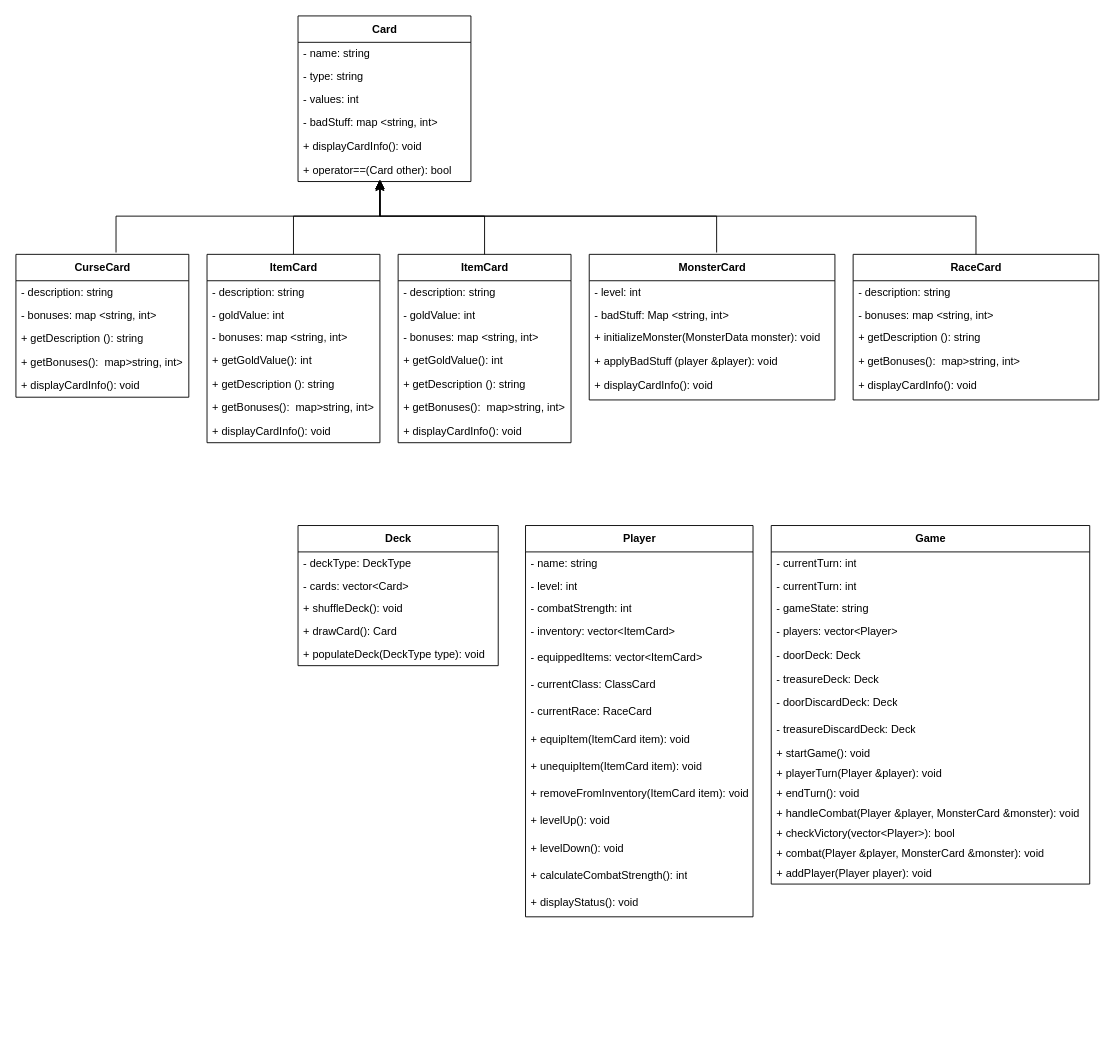
Earlier version of the draw.io diagram UML.drawio (Rappich/MunchkinProject). Source tidied: cells renumbered, new cells numbered last; positions are measured from the earlier drawing's top-left corner, leaving out a move shared by most shapes. Both pictures are drawn from the tidied source at 91%, with x=0, y=0 at pixel (15, 15).
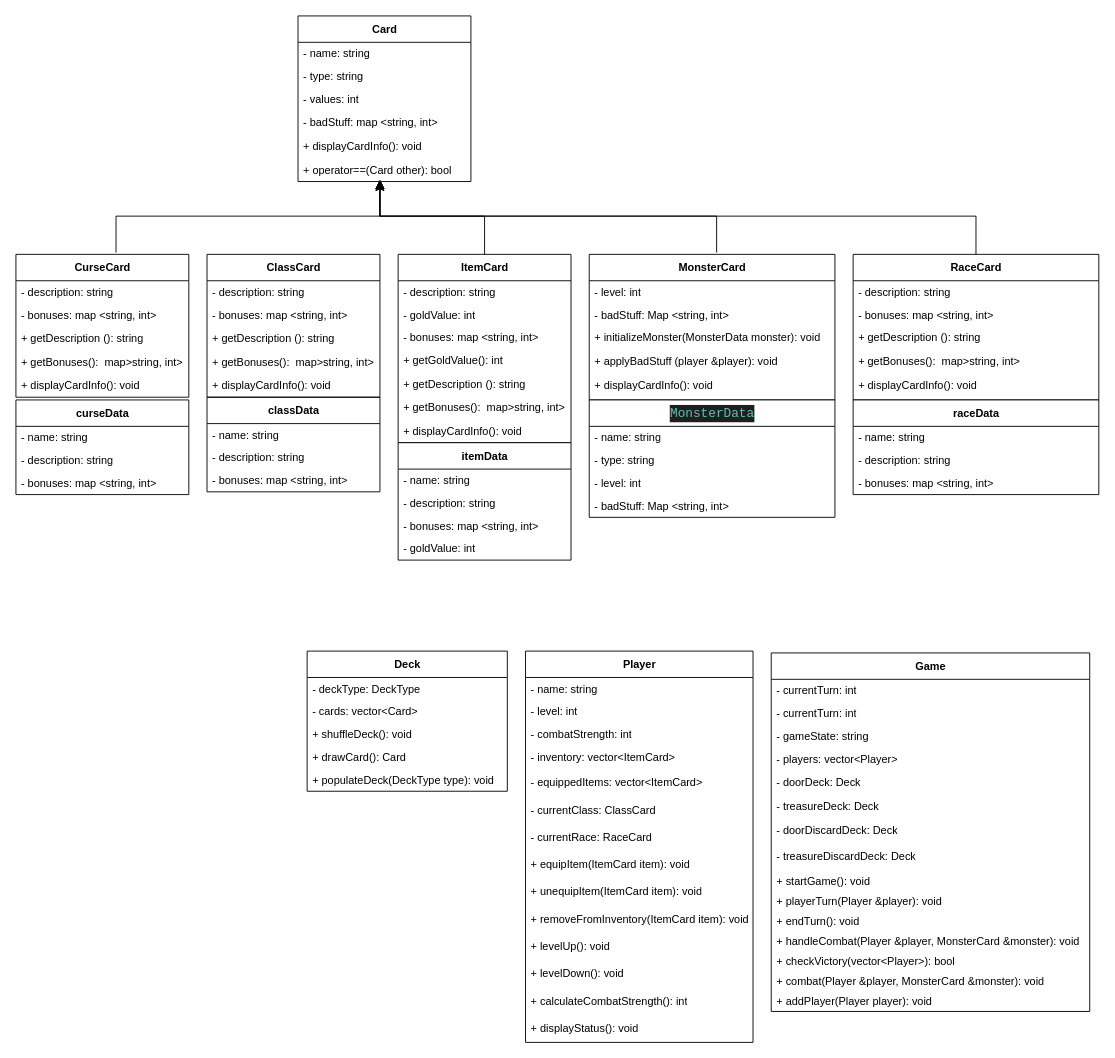
After the change.

The edit, as a diff of the source:
```diff
@@
-    <mxCell id="15" value="ItemCard" style="swimlane;fontStyle=1;align=center;verticalAlign=middle;horizontal=1;startSize=29;html=1;" parent="1" vertex="1">
-      <mxGeometry x="210" y="262" width="190" height="207" as="geometry" />
+    <mxCell id="15" value="classData" style="swimlane;fontStyle=1;align=center;verticalAlign=middle;horizontal=1;startSize=29;html=1;" parent="1" vertex="1">
+      <mxGeometry x="210" y="419" width="190" height="104" as="geometry" />
     </mxCell>
-    <mxCell id="16" value="- description: string" style="text;html=1;strokeColor=none;fillColor=none;align=left;verticalAlign=middle;spacingLeft=4;spacingRight=4;overflow=hidden;" parent="15" vertex="1">
+    <mxCell id="16" value="- name: string" style="text;html=1;strokeColor=none;fillColor=none;align=left;verticalAlign=middle;spacingLeft=4;spacingRight=4;overflow=hidden;" parent="15" vertex="1">
       <mxGeometry y="29" width="190" height="25" as="geometry" />
     </mxCell>
-    <mxCell id="17" value="- goldValue: int" style="text;html=1;strokeColor=none;fillColor=none;align=left;verticalAlign=middle;spacingLeft=4;spacingRight=4;overflow=hidden;" parent="15" vertex="1">
+    <mxCell id="17" value="- description: string" style="text;html=1;strokeColor=none;fillColor=none;align=left;verticalAlign=middle;spacingLeft=4;spacingRight=4;overflow=hidden;" parent="15" vertex="1">
       <mxGeometry y="54" width="190" height="25" as="geometry" />
     </mxCell>
@@
-    <mxCell id="19" value="+ getGoldValue(): int" style="text;html=1;strokeColor=none;fillColor=none;align=left;verticalAlign=middle;spacingLeft=4;spacingRight=4;overflow=hidden;" parent="15" vertex="1">
-      <mxGeometry y="104" width="190" height="25" as="geometry" />
-    </mxCell>
-    <mxCell id="20" value="+ getDescription (): string" style="text;html=1;strokeColor=none;fillColor=none;align=left;verticalAlign=top;spacingLeft=4;spacingRight=4;overflow=hidden;" parent="15" vertex="1">
-      <mxGeometry y="129" width="190" height="26" as="geometry" />
-    </mxCell>
-    <mxCell id="21" value="+ getBonuses():&amp;nbsp; map&amp;gt;string, int&amp;gt;" style="text;html=1;strokeColor=none;fillColor=none;align=left;verticalAlign=top;spacingLeft=4;spacingRight=4;overflow=hidden;" parent="15" vertex="1">
-      <mxGeometry y="155" width="190" height="26" as="geometry" />
-    </mxCell>
-    <mxCell id="22" value="+ displayCardInfo(): void" style="text;html=1;strokeColor=none;fillColor=none;align=left;verticalAlign=top;spacingLeft=4;spacingRight=4;overflow=hidden;" parent="15" vertex="1">
-      <mxGeometry y="181" width="190" height="26" as="geometry" />
-    </mxCell>
@@
-    <mxCell id="33" style="edgeStyle=elbowEdgeStyle;elbow=vertical;endArrow=classic;html=1;curved=0;rounded=0;endSize=8;startSize=8;exitX=0.5;exitY=0;exitDx=0;exitDy=0;" parent="1" edge="1" source="15">
-      <mxGeometry relative="1" as="geometry">
-        <mxPoint x="400" y="180" as="targetPoint" />
-        <Array as="points">
-          <mxPoint x="360" y="220" />
-        </Array>
-      </mxGeometry>
-    </mxCell>
@@
     <mxCell id="48" value="Deck" style="swimlane;fontStyle=1;align=center;verticalAlign=middle;horizontal=1;startSize=29;html=1;" parent="1" vertex="1">
-      <mxGeometry x="310" y="560" width="220" height="154" as="geometry" />
+      <mxGeometry x="320" y="698" width="220" height="154" as="geometry" />
     </mxCell>
@@
     <mxCell id="54" value="Player" style="swimlane;fontStyle=1;align=center;verticalAlign=middle;horizontal=1;startSize=29;html=1;" parent="1" vertex="1">
-      <mxGeometry x="560" y="560" width="250" height="430" as="geometry" />
+      <mxGeometry x="560" y="698" width="250" height="430" as="geometry" />
     </mxCell>
@@
     <mxCell id="69" value="Game" style="swimlane;fontStyle=1;align=center;verticalAlign=middle;horizontal=1;startSize=29;html=1;" parent="1" vertex="1">
-      <mxGeometry x="830" y="560" width="350" height="394" as="geometry" />
+      <mxGeometry x="830" y="700" width="350" height="394" as="geometry" />
     </mxCell>
@@
+    <mxCell id="85" value="ClassCard" style="swimlane;fontStyle=1;align=center;verticalAlign=middle;horizontal=1;startSize=29;html=1;" parent="1" vertex="1">
+      <mxGeometry x="210" y="262" width="190" height="157" as="geometry" />
+    </mxCell>
+    <mxCell id="86" value="- description: string" style="text;html=1;strokeColor=none;fillColor=none;align=left;verticalAlign=middle;spacingLeft=4;spacingRight=4;overflow=hidden;" parent="85" vertex="1">
+      <mxGeometry y="29" width="190" height="25" as="geometry" />
+    </mxCell>
+    <mxCell id="87" value="- bonuses: map &amp;lt;string, int&amp;gt;" style="text;html=1;strokeColor=none;fillColor=none;align=left;verticalAlign=middle;spacingLeft=4;spacingRight=4;overflow=hidden;" parent="85" vertex="1">
+      <mxGeometry y="54" width="190" height="25" as="geometry" />
+    </mxCell>
+    <mxCell id="20" value="+ getDescription (): string" style="text;html=1;strokeColor=none;fillColor=none;align=left;verticalAlign=top;spacingLeft=4;spacingRight=4;overflow=hidden;" parent="85" vertex="1">
+      <mxGeometry y="79" width="190" height="26" as="geometry" />
+    </mxCell>
+    <mxCell id="21" value="+ getBonuses():&amp;nbsp; map&amp;gt;string, int&amp;gt;" style="text;html=1;strokeColor=none;fillColor=none;align=left;verticalAlign=top;spacingLeft=4;spacingRight=4;overflow=hidden;" parent="85" vertex="1">
+      <mxGeometry y="105" width="190" height="26" as="geometry" />
+    </mxCell>
+    <mxCell id="22" value="+ displayCardInfo(): void" style="text;html=1;strokeColor=none;fillColor=none;align=left;verticalAlign=top;spacingLeft=4;spacingRight=4;overflow=hidden;" parent="85" vertex="1">
+      <mxGeometry y="131" width="190" height="26" as="geometry" />
+    </mxCell>
+    <mxCell id="88" value="curseData" style="swimlane;fontStyle=1;align=center;verticalAlign=middle;horizontal=1;startSize=29;html=1;" parent="1" vertex="1">
+      <mxGeometry y="422" width="190" height="104" as="geometry" />
+    </mxCell>
+    <mxCell id="89" value="- name: string" style="text;html=1;strokeColor=none;fillColor=none;align=left;verticalAlign=middle;spacingLeft=4;spacingRight=4;overflow=hidden;" parent="88" vertex="1">
+      <mxGeometry y="29" width="190" height="25" as="geometry" />
+    </mxCell>
+    <mxCell id="90" value="- description: string" style="text;html=1;strokeColor=none;fillColor=none;align=left;verticalAlign=middle;spacingLeft=4;spacingRight=4;overflow=hidden;" parent="88" vertex="1">
+      <mxGeometry y="54" width="190" height="25" as="geometry" />
+    </mxCell>
+    <mxCell id="91" value="- bonuses: map &amp;lt;string, int&amp;gt;" style="text;html=1;strokeColor=none;fillColor=none;align=left;verticalAlign=middle;spacingLeft=4;spacingRight=4;overflow=hidden;" parent="88" vertex="1">
+      <mxGeometry y="79" width="190" height="25" as="geometry" />
+    </mxCell>
+    <mxCell id="92" value="itemData" style="swimlane;fontStyle=1;align=center;verticalAlign=middle;horizontal=1;startSize=29;html=1;" parent="1" vertex="1">
+      <mxGeometry x="420" y="469" width="190" height="129" as="geometry" />
+    </mxCell>
+    <mxCell id="93" value="- name: string" style="text;html=1;strokeColor=none;fillColor=none;align=left;verticalAlign=middle;spacingLeft=4;spacingRight=4;overflow=hidden;" parent="92" vertex="1">
+      <mxGeometry y="29" width="190" height="25" as="geometry" />
+    </mxCell>
+    <mxCell id="94" value="- description: string" style="text;html=1;strokeColor=none;fillColor=none;align=left;verticalAlign=middle;spacingLeft=4;spacingRight=4;overflow=hidden;" parent="92" vertex="1">
+      <mxGeometry y="54" width="190" height="25" as="geometry" />
+    </mxCell>
+    <mxCell id="95" value="- bonuses: map &amp;lt;string, int&amp;gt;" style="text;html=1;strokeColor=none;fillColor=none;align=left;verticalAlign=middle;spacingLeft=4;spacingRight=4;overflow=hidden;" parent="92" vertex="1">
+      <mxGeometry y="79" width="190" height="25" as="geometry" />
+    </mxCell>
+    <mxCell id="96" value="- goldValue: int" style="text;html=1;strokeColor=none;fillColor=none;align=left;verticalAlign=middle;spacingLeft=4;spacingRight=4;overflow=hidden;" parent="92" vertex="1">
+      <mxGeometry y="104" width="190" height="25" as="geometry" />
+    </mxCell>
+    <mxCell id="97" value="&lt;div style=&quot;color: rgb(204, 204, 204); background-color: rgb(31, 31, 31); font-family: Consolas, &amp;quot;Courier New&amp;quot;, monospace; font-weight: normal; font-size: 14px; line-height: 19px;&quot;&gt;&lt;span style=&quot;color: #4ec9b0;&quot;&gt;MonsterData&lt;/span&gt;&lt;/div&gt;" style="swimlane;fontStyle=1;align=center;verticalAlign=middle;horizontal=1;startSize=29;html=1;" parent="1" vertex="1">
+      <mxGeometry x="630" y="422" width="270" height="129" as="geometry" />
+    </mxCell>
+    <mxCell id="98" value="- name: string" style="text;html=1;strokeColor=none;fillColor=none;align=left;verticalAlign=middle;spacingLeft=4;spacingRight=4;overflow=hidden;" parent="97" vertex="1">
+      <mxGeometry y="29" width="270" height="25" as="geometry" />
+    </mxCell>
+    <mxCell id="99" value="- type: string" style="text;html=1;strokeColor=none;fillColor=none;align=left;verticalAlign=middle;spacingLeft=4;spacingRight=4;overflow=hidden;" parent="97" vertex="1">
+      <mxGeometry y="54" width="270" height="25" as="geometry" />
+    </mxCell>
+    <mxCell id="100" value="- level: int" style="text;html=1;strokeColor=none;fillColor=none;align=left;verticalAlign=middle;spacingLeft=4;spacingRight=4;overflow=hidden;" parent="97" vertex="1">
+      <mxGeometry y="79" width="270" height="25" as="geometry" />
+    </mxCell>
+    <mxCell id="101" value="- badStuff: Map &amp;lt;string, int&amp;gt;" style="text;html=1;strokeColor=none;fillColor=none;align=left;verticalAlign=middle;spacingLeft=4;spacingRight=4;overflow=hidden;" parent="97" vertex="1">
+      <mxGeometry y="104" width="270" height="25" as="geometry" />
+    </mxCell>
+    <mxCell id="102" value="raceData" style="swimlane;fontStyle=1;align=center;verticalAlign=middle;horizontal=1;startSize=29;html=1;" parent="1" vertex="1">
+      <mxGeometry x="920" y="422" width="270" height="104" as="geometry" />
+    </mxCell>
+    <mxCell id="103" value="- name: string" style="text;html=1;strokeColor=none;fillColor=none;align=left;verticalAlign=middle;spacingLeft=4;spacingRight=4;overflow=hidden;" parent="102" vertex="1">
+      <mxGeometry y="29" width="270" height="25" as="geometry" />
+    </mxCell>
+    <mxCell id="104" value="- description: string" style="text;html=1;strokeColor=none;fillColor=none;align=left;verticalAlign=middle;spacingLeft=4;spacingRight=4;overflow=hidden;" parent="102" vertex="1">
+      <mxGeometry y="54" width="270" height="25" as="geometry" />
+    </mxCell>
+    <mxCell id="105" value="- bonuses: map &amp;lt;string, int&amp;gt;" style="text;html=1;strokeColor=none;fillColor=none;align=left;verticalAlign=middle;spacingLeft=4;spacingRight=4;overflow=hidden;" parent="102" vertex="1">
+      <mxGeometry y="79" width="270" height="25" as="geometry" />
+    </mxCell>
```
